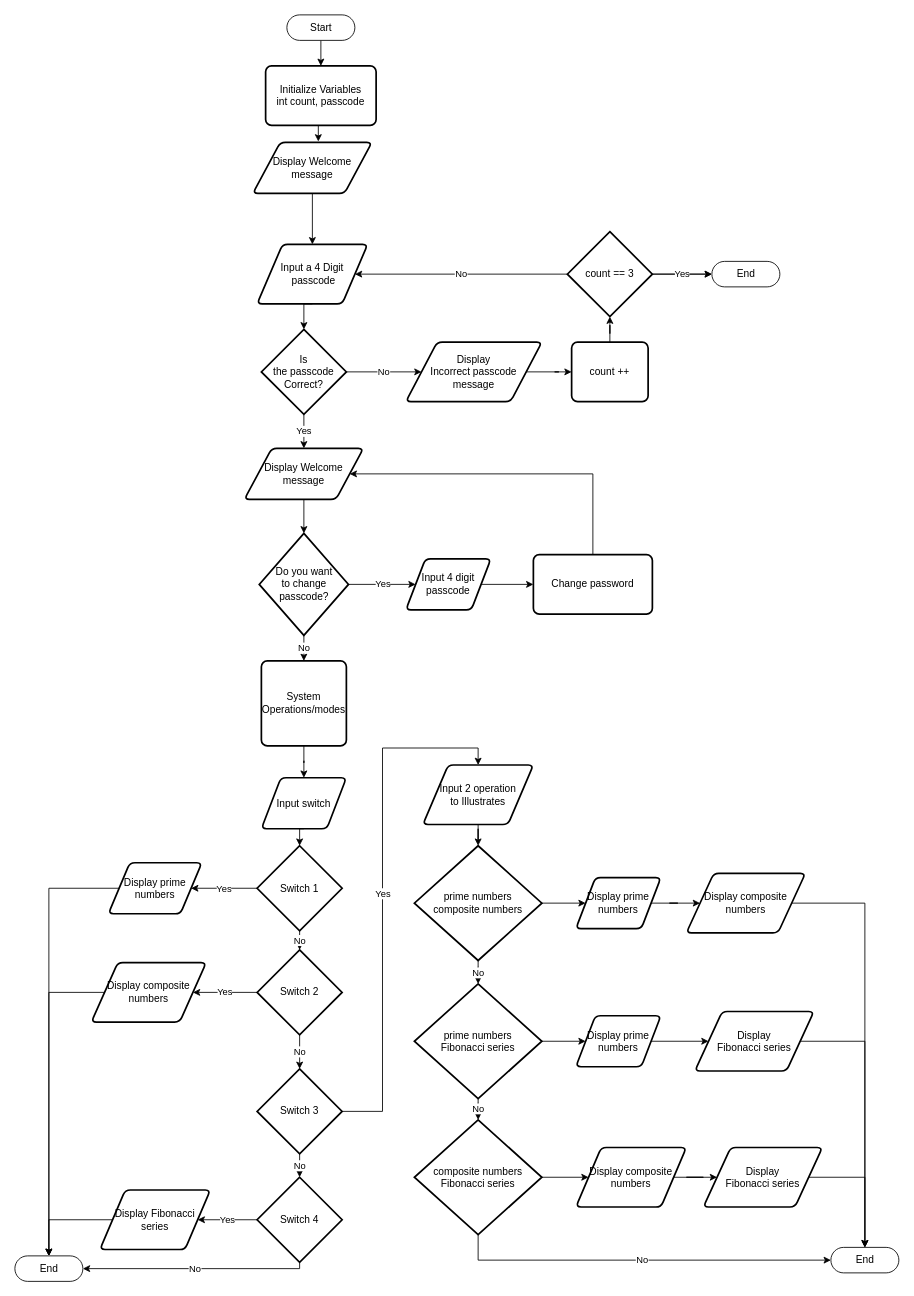
Before: CPE121L_PrelimExam.drawio in JvMapote/CPE121L_Group2, a draw.io diagram. Source tidied: cells renumbered, new cells numbered last; positions are measured from the earlier drawing's top-left corner, leaving out a move shared by most shapes. Both pictures are drawn from the tidied source at 85%, with x=0, y=0 at pixel (14, 14).
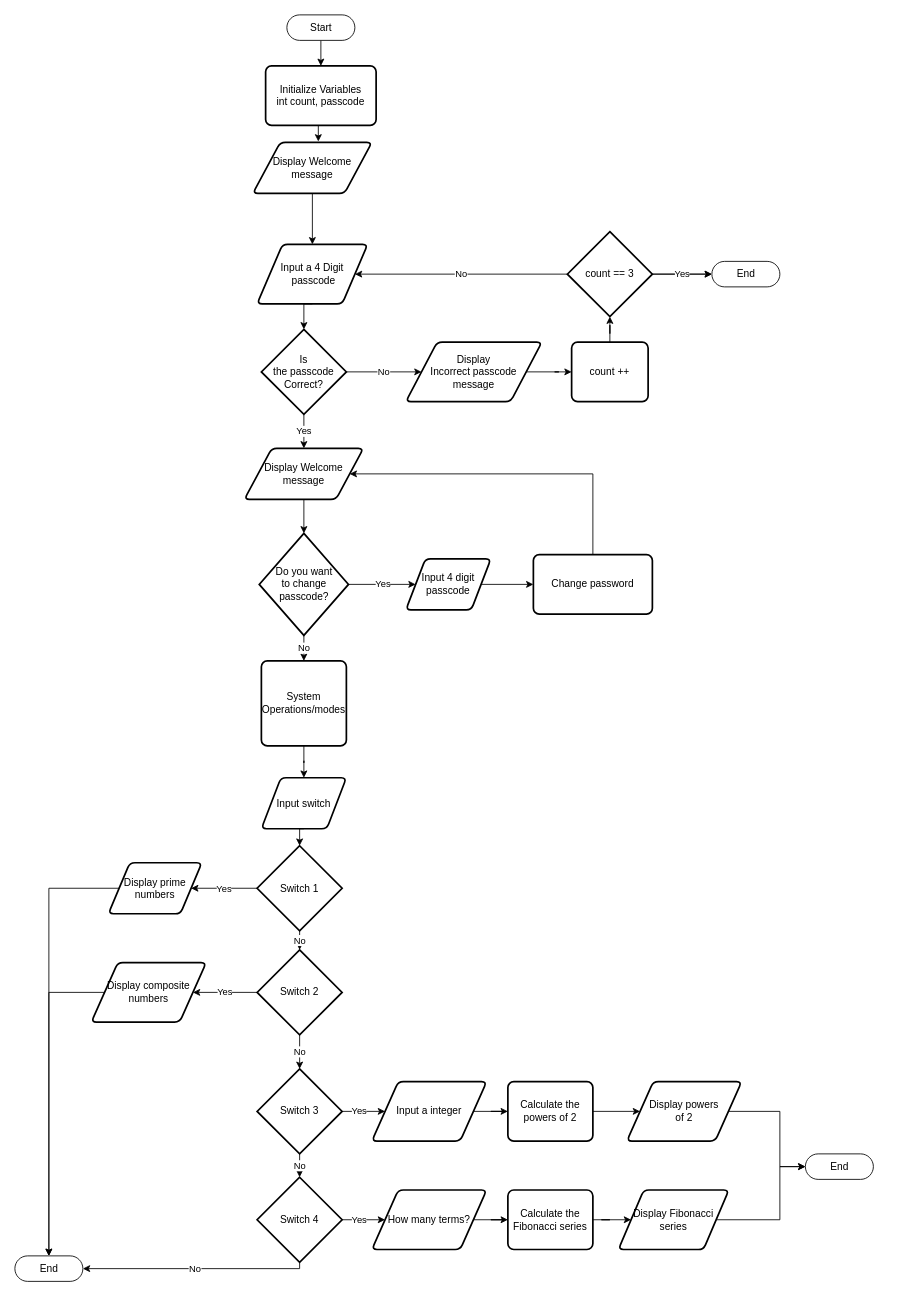
After the change.

The change refers to these unchanged cells:
```xml
<mxCell id="34" value="Switch 3" style="strokeWidth=2;html=1;shape=mxgraph.flowchart.decision;whiteSpace=wrap;" parent="1" vertex="1">
  <mxGeometry x="285" y="1240" width="100" height="100" as="geometry" />
</mxCell>
<mxCell id="37" value="Switch 4" style="strokeWidth=2;html=1;shape=mxgraph.flowchart.decision;whiteSpace=wrap;" parent="1" vertex="1">
  <mxGeometry x="285" y="1367.5" width="100" height="100" as="geometry" />
</mxCell>
<mxCell id="75" value="End" style="html=1;dashed=0;whitespace=wrap;shape=mxgraph.dfd.start;" parent="1" vertex="1">
  <mxGeometry y="1460" width="80" height="30" as="geometry" />
</mxCell>
```

The edit, as a diff of the source:
```diff
@@
-    <mxCell id="33" value="Yes" style="edgeStyle=orthogonalEdgeStyle;rounded=0;jettySize=auto;html=1;exitX=1;exitY=0.5;exitDx=0;exitDy=0;exitPerimeter=0;entryX=0.5;entryY=0;entryDx=0;entryDy=0;" parent="1" edge="1" source="34" target="47">
-      <mxGeometry relative="1" as="geometry" />
-    </mxCell>
+    <mxCell id="78" value="Yes" style="edgeStyle=orthogonalEdgeStyle;rounded=0;jettySize=auto;html=1;" parent="1" edge="1" source="34" target="83">
+      <mxGeometry relative="1" as="geometry" />
+    </mxCell>
@@
-    <mxCell id="35" value="Yes" style="edgeStyle=orthogonalEdgeStyle;rounded=0;jettySize=auto;html=1;" parent="1" edge="1" source="37" target="43">
-      <mxGeometry relative="1" as="geometry" />
-    </mxCell>
@@
+    <mxCell id="79" value="Yes" style="edgeStyle=orthogonalEdgeStyle;rounded=0;jettySize=auto;html=1;" parent="1" edge="1" source="37" target="85">
+      <mxGeometry relative="1" as="geometry" />
+    </mxCell>
@@
-    <mxCell id="42" style="edgeStyle=orthogonalEdgeStyle;rounded=0;jettySize=auto;html=1;exitX=0;exitY=0.5;exitDx=0;exitDy=0;entryX=0.5;entryY=0.5;entryDx=0;entryDy=-15;entryPerimeter=0;" parent="1" edge="1" source="43" target="75">
-      <mxGeometry relative="1" as="geometry" />
-    </mxCell>
-    <mxCell id="43" value="Display Fibonacci series" style="shape=parallelogram;html=1;strokeWidth=2;perimeter=parallelogramPerimeter;whiteSpace=wrap;rounded=1;arcSize=12;size=0.23;" parent="1" vertex="1">
-      <mxGeometry x="100" y="1382.5" width="130" height="70" as="geometry" />
-    </mxCell>
@@
-    <mxCell id="46" style="edgeStyle=orthogonalEdgeStyle;rounded=0;jettySize=auto;html=1;" parent="1" edge="1" source="47" target="50">
-      <mxGeometry relative="1" as="geometry" />
-    </mxCell>
-    <mxCell id="47" value="Input 2 operation&lt;br&gt;to Illustrates" style="shape=parallelogram;html=1;strokeWidth=2;perimeter=parallelogramPerimeter;whiteSpace=wrap;rounded=1;arcSize=12;size=0.23;" parent="1" vertex="1">
-      <mxGeometry x="480" y="882.5" width="130" height="70" as="geometry" />
-    </mxCell>
-    <mxCell id="48" value="No" style="edgeStyle=orthogonalEdgeStyle;rounded=0;jettySize=auto;html=1;" parent="1" edge="1" source="50" target="53">
-      <mxGeometry relative="1" as="geometry" />
-    </mxCell>
-    <mxCell id="49" style="edgeStyle=orthogonalEdgeStyle;rounded=0;jettySize=auto;html=1;" parent="1" edge="1" source="50" target="58">
-      <mxGeometry relative="1" as="geometry" />
-    </mxCell>
-    <mxCell id="50" value="prime numbers&lt;br&gt;composite numbers" style="strokeWidth=2;html=1;shape=mxgraph.flowchart.decision;whiteSpace=wrap;" parent="1" vertex="1">
-      <mxGeometry x="470" y="977.5" width="150" height="135" as="geometry" />
-    </mxCell>
-    <mxCell id="51" value="No" style="edgeStyle=orthogonalEdgeStyle;rounded=0;jettySize=auto;html=1;" parent="1" edge="1" source="53" target="56">
-      <mxGeometry relative="1" as="geometry" />
-    </mxCell>
-    <mxCell id="52" style="edgeStyle=orthogonalEdgeStyle;rounded=0;jettySize=auto;html=1;" parent="1" edge="1" source="53" target="62">
-      <mxGeometry relative="1" as="geometry" />
-    </mxCell>
-    <mxCell id="53" value="prime numbers&lt;br&gt;Fibonacci series" style="strokeWidth=2;html=1;shape=mxgraph.flowchart.decision;whiteSpace=wrap;" parent="1" vertex="1">
-      <mxGeometry x="470" y="1140" width="150" height="135" as="geometry" />
-    </mxCell>
-    <mxCell id="54" style="edgeStyle=orthogonalEdgeStyle;rounded=0;jettySize=auto;html=1;" parent="1" edge="1" source="56" target="66">
-      <mxGeometry relative="1" as="geometry" />
-    </mxCell>
-    <mxCell id="55" value="No" style="edgeStyle=orthogonalEdgeStyle;rounded=0;jettySize=auto;html=1;exitX=0.5;exitY=1;exitDx=0;exitDy=0;exitPerimeter=0;entryX=0;entryY=0.5;entryDx=0;entryDy=0;entryPerimeter=0;" parent="1" edge="1" source="56" target="74">
-      <mxGeometry relative="1" as="geometry" />
-    </mxCell>
-    <mxCell id="56" value="composite numbers&lt;br&gt;Fibonacci series" style="strokeWidth=2;html=1;shape=mxgraph.flowchart.decision;whiteSpace=wrap;" parent="1" vertex="1">
-      <mxGeometry x="470" y="1300" width="150" height="135" as="geometry" />
-    </mxCell>
-    <mxCell id="57" style="edgeStyle=orthogonalEdgeStyle;rounded=0;jettySize=auto;html=1;" parent="1" edge="1" source="58" target="60">
-      <mxGeometry relative="1" as="geometry" />
-    </mxCell>
-    <mxCell id="58" value="Display prime numbers" style="shape=parallelogram;html=1;strokeWidth=2;perimeter=parallelogramPerimeter;whiteSpace=wrap;rounded=1;arcSize=12;size=0.23;" parent="1" vertex="1">
-      <mxGeometry x="660" y="1015" width="100" height="60" as="geometry" />
-    </mxCell>
-    <mxCell id="59" style="edgeStyle=orthogonalEdgeStyle;rounded=0;jettySize=auto;html=1;exitX=1;exitY=0.5;exitDx=0;exitDy=0;entryX=0.5;entryY=0.5;entryDx=0;entryDy=-15;entryPerimeter=0;" parent="1" edge="1" source="60" target="74">
-      <mxGeometry relative="1" as="geometry" />
-    </mxCell>
-    <mxCell id="60" value="Display composite numbers" style="shape=parallelogram;html=1;strokeWidth=2;perimeter=parallelogramPerimeter;whiteSpace=wrap;rounded=1;arcSize=12;size=0.23;" parent="1" vertex="1">
-      <mxGeometry x="790" y="1010" width="140" height="70" as="geometry" />
-    </mxCell>
-    <mxCell id="61" style="edgeStyle=orthogonalEdgeStyle;rounded=0;jettySize=auto;html=1;" parent="1" edge="1" source="62" target="64">
-      <mxGeometry relative="1" as="geometry" />
-    </mxCell>
-    <mxCell id="62" value="Display prime numbers" style="shape=parallelogram;html=1;strokeWidth=2;perimeter=parallelogramPerimeter;whiteSpace=wrap;rounded=1;arcSize=12;size=0.23;" parent="1" vertex="1">
-      <mxGeometry x="660" y="1177.5" width="100" height="60" as="geometry" />
-    </mxCell>
-    <mxCell id="63" style="edgeStyle=orthogonalEdgeStyle;rounded=0;jettySize=auto;html=1;exitX=1;exitY=0.5;exitDx=0;exitDy=0;entryX=0.5;entryY=0.5;entryDx=0;entryDy=-15;entryPerimeter=0;" parent="1" edge="1" source="64" target="74">
-      <mxGeometry relative="1" as="geometry">
-        <Array as="points">
-          <mxPoint x="1000" y="1208" />
-        </Array>
-      </mxGeometry>
-    </mxCell>
-    <mxCell id="64" value="Display &lt;br&gt;Fibonacci series" style="shape=parallelogram;html=1;strokeWidth=2;perimeter=parallelogramPerimeter;whiteSpace=wrap;rounded=1;arcSize=12;size=0.23;" parent="1" vertex="1">
-      <mxGeometry x="800" y="1172.5" width="140" height="70" as="geometry" />
-    </mxCell>
-    <mxCell id="65" style="edgeStyle=orthogonalEdgeStyle;rounded=0;jettySize=auto;html=1;" parent="1" edge="1" source="66" target="68">
-      <mxGeometry relative="1" as="geometry" />
-    </mxCell>
-    <mxCell id="66" value="Display composite numbers" style="shape=parallelogram;html=1;strokeWidth=2;perimeter=parallelogramPerimeter;whiteSpace=wrap;rounded=1;arcSize=12;size=0.23;" parent="1" vertex="1">
-      <mxGeometry x="660" y="1332.5" width="130" height="70" as="geometry" />
-    </mxCell>
-    <mxCell id="67" style="edgeStyle=orthogonalEdgeStyle;rounded=0;jettySize=auto;html=1;exitX=1;exitY=0.5;exitDx=0;exitDy=0;entryX=0.5;entryY=0.5;entryDx=0;entryDy=-15;entryPerimeter=0;" parent="1" edge="1" source="68" target="74">
-      <mxGeometry relative="1" as="geometry" />
-    </mxCell>
-    <mxCell id="68" value="Display &lt;br&gt;Fibonacci series" style="shape=parallelogram;html=1;strokeWidth=2;perimeter=parallelogramPerimeter;whiteSpace=wrap;rounded=1;arcSize=12;size=0.23;" parent="1" vertex="1">
-      <mxGeometry x="810" y="1332.5" width="140" height="70" as="geometry" />
-    </mxCell>
@@
-    <mxCell id="74" value="End" style="html=1;dashed=0;whitespace=wrap;shape=mxgraph.dfd.start;" parent="1" vertex="1">
-      <mxGeometry x="960" y="1450" width="80" height="30" as="geometry" />
-    </mxCell>
@@
+    <mxCell id="80" style="edgeStyle=orthogonalEdgeStyle;rounded=0;jettySize=auto;html=1;exitX=1;exitY=0.5;exitDx=0;exitDy=0;entryX=0;entryY=0.5;entryDx=0;entryDy=0;entryPerimeter=0;" parent="1" edge="1" source="81" target="74">
+      <mxGeometry relative="1" as="geometry">
+        <Array as="points">
+          <mxPoint x="900" y="1290" />
+          <mxPoint x="900" y="1355" />
+        </Array>
+      </mxGeometry>
+    </mxCell>
+    <mxCell id="81" value="Display powers&lt;br&gt;of 2" style="shape=parallelogram;html=1;strokeWidth=2;perimeter=parallelogramPerimeter;whiteSpace=wrap;rounded=1;arcSize=12;size=0.23;" parent="1" vertex="1">
+      <mxGeometry x="720" y="1255" width="135" height="70" as="geometry" />
+    </mxCell>
+    <mxCell id="82" style="edgeStyle=orthogonalEdgeStyle;rounded=0;jettySize=auto;html=1;" parent="1" edge="1" source="83" target="88">
+      <mxGeometry relative="1" as="geometry" />
+    </mxCell>
+    <mxCell id="83" value="Input a integer" style="shape=parallelogram;html=1;strokeWidth=2;perimeter=parallelogramPerimeter;whiteSpace=wrap;rounded=1;arcSize=12;size=0.23;" parent="1" vertex="1">
+      <mxGeometry x="420" y="1255" width="135" height="70" as="geometry" />
+    </mxCell>
+    <mxCell id="74" value="End" style="html=1;dashed=0;whitespace=wrap;shape=mxgraph.dfd.start;" parent="1" vertex="1">
+      <mxGeometry x="930" y="1340" width="80" height="30" as="geometry" />
+    </mxCell>
+    <mxCell id="84" style="edgeStyle=orthogonalEdgeStyle;rounded=0;jettySize=auto;html=1;" parent="1" edge="1" source="85" target="90">
+      <mxGeometry relative="1" as="geometry" />
+    </mxCell>
+    <mxCell id="85" value="How many terms?" style="shape=parallelogram;html=1;strokeWidth=2;perimeter=parallelogramPerimeter;whiteSpace=wrap;rounded=1;arcSize=12;size=0.23;" parent="1" vertex="1">
+      <mxGeometry x="420" y="1382.5" width="135" height="70" as="geometry" />
+    </mxCell>
+    <mxCell id="86" style="edgeStyle=orthogonalEdgeStyle;rounded=0;jettySize=auto;html=1;exitX=1;exitY=0.5;exitDx=0;exitDy=0;entryX=0;entryY=0.5;entryDx=0;entryDy=0;entryPerimeter=0;" parent="1" edge="1" source="43" target="74">
+      <mxGeometry relative="1" as="geometry">
+        <Array as="points">
+          <mxPoint x="900" y="1418" />
+          <mxPoint x="900" y="1355" />
+        </Array>
+      </mxGeometry>
+    </mxCell>
+    <mxCell id="43" value="Display Fibonacci series" style="shape=parallelogram;html=1;strokeWidth=2;perimeter=parallelogramPerimeter;whiteSpace=wrap;rounded=1;arcSize=12;size=0.23;" parent="1" vertex="1">
+      <mxGeometry x="710" y="1382.5" width="130" height="70" as="geometry" />
+    </mxCell>
+    <mxCell id="87" style="edgeStyle=orthogonalEdgeStyle;rounded=0;jettySize=auto;html=1;" parent="1" edge="1" source="88" target="81">
+      <mxGeometry relative="1" as="geometry" />
+    </mxCell>
+    <mxCell id="88" value="Calculate the powers of 2" style="rounded=1;whiteSpace=wrap;html=1;absoluteArcSize=1;arcSize=14;strokeWidth=2;" parent="1" vertex="1">
+      <mxGeometry x="580" y="1255" width="100" height="70" as="geometry" />
+    </mxCell>
+    <mxCell id="89" style="edgeStyle=orthogonalEdgeStyle;rounded=0;jettySize=auto;html=1;" parent="1" edge="1" source="90" target="43">
+      <mxGeometry relative="1" as="geometry" />
+    </mxCell>
+    <mxCell id="90" value="Calculate the Fibonacci series" style="rounded=1;whiteSpace=wrap;html=1;absoluteArcSize=1;arcSize=14;strokeWidth=2;" parent="1" vertex="1">
+      <mxGeometry x="580" y="1382.5" width="100" height="70" as="geometry" />
+    </mxCell>
```
